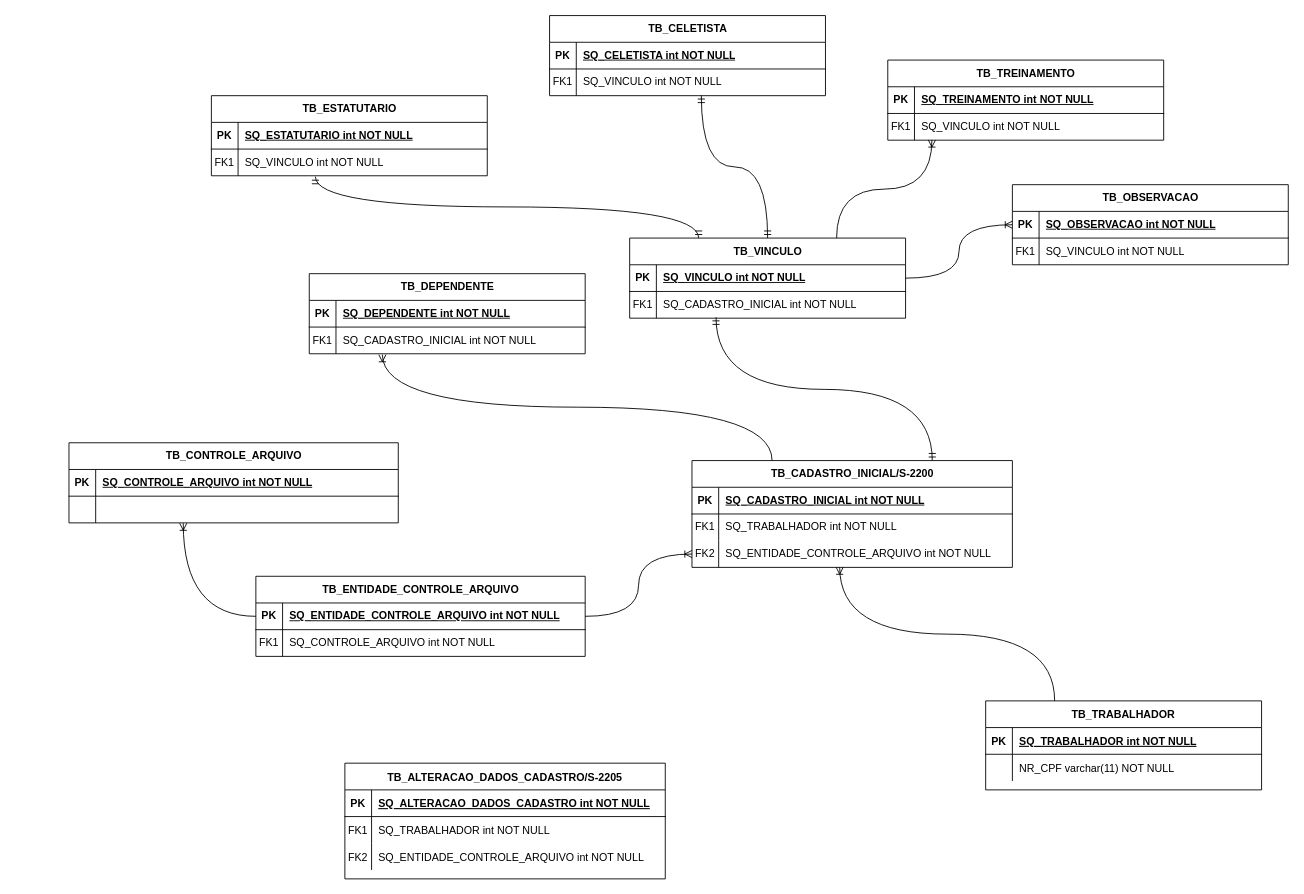
Above: PI/remodelagem.drawio in nilsondurval/Draw.IO (draw.io), before the change. Source tidied: cells renumbered, new cells numbered last; positions are measured from the earlier drawing's top-left corner, leaving out a move shared by most shapes. Both pictures are drawn from the tidied source at 89%, with x=0, y=0 at pixel (69, 15).
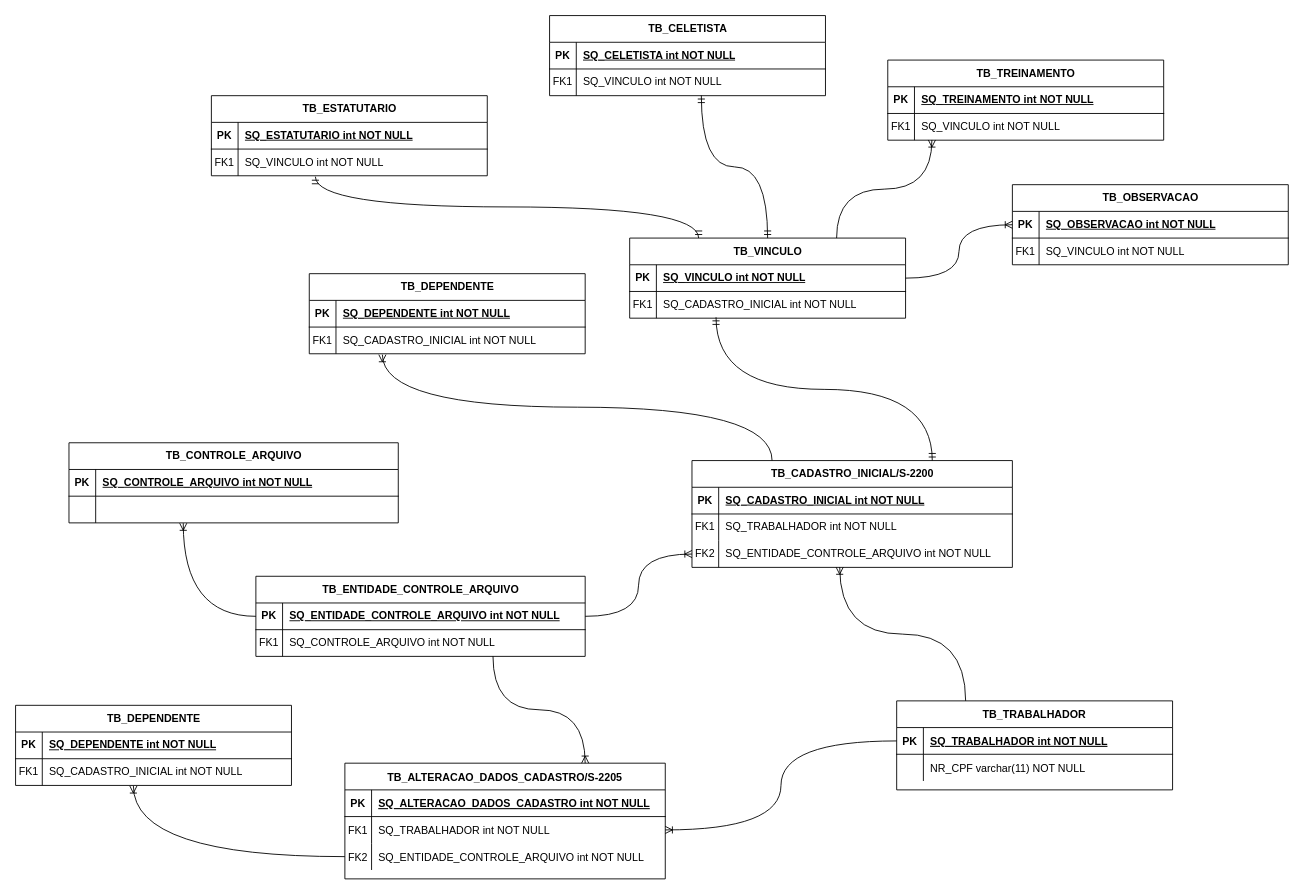
The same diagram, later.

The change refers to these unchanged cells:
```xml
<mxCell id="3" style="shape=partialRectangle;fillColor=none;points=[[0,0.5],[1,0.5]];portConstraint=eastwest;top=0;left=0;right=0;bottom=1;" parent="2" vertex="1">
  <mxGeometry y="30" width="310" height="30" as="geometry" />
</mxCell>
<mxCell id="79" style="shape=tableRow;horizontal=0;startSize=0;swimlaneHead=0;swimlaneBody=0;fillColor=none;points=[[0,0.5],[1,0.5]];portConstraint=eastwest;top=0;left=0;right=0;bottom=0;" parent="75" vertex="1">
  <mxGeometry y="60" width="370" height="30" as="geometry" />
</mxCell>
<mxCell id="83" value="TB_ALTERACAO_DADOS_CADASTRO/S-2205" style="shape=table;startSize=30;childLayout=tableLayout;rowLines=0;fontStyle=1;align=center;" parent="1" vertex="1">
  <mxGeometry x="310" y="840" width="360" height="130" as="geometry" />
</mxCell>
<mxCell id="87" style="shape=partialRectangle;fillColor=none;points=[[0,0.5],[1,0.5]];portConstraint=eastwest;top=0;left=0;right=0;bottom=0;" parent="83" vertex="1">
  <mxGeometry y="60" width="360" height="30" as="geometry" />
</mxCell>
<mxCell id="90" style="shape=partialRectangle;fillColor=none;points=[[0,0.5],[1,0.5]];portConstraint=eastwest;top=0;left=0;right=0;bottom=0;" parent="83" vertex="1">
  <mxGeometry y="90" width="360" height="30" as="geometry" />
</mxCell>
```

The edit, as a diff of the source:
```diff
@@
     <mxCell id="2" value="TB_TRABALHADOR" style="shape=table;startSize=30;childLayout=tableLayout;rowLines=0;fontStyle=1;align=center;" parent="1" vertex="1">
-      <mxGeometry x="1030" y="770" width="310" height="100" as="geometry" />
+      <mxGeometry x="930" y="770" width="310" height="100" as="geometry" />
     </mxCell>
@@
+    <mxCell id="94" style="edgeStyle=orthogonalEdgeStyle;fontSize=12;html=1;endArrow=ERoneToMany;rounded=0;curved=1;entryX=0.75;entryY=0;entryDx=0;entryDy=0;exitX=0.72;exitY=0.992;exitDx=0;exitDy=0;exitPerimeter=0;" parent="1" edge="1" source="79" target="83">
+      <mxGeometry relative="1" as="geometry" />
+    </mxCell>
+    <mxCell id="95" value="TB_DEPENDENTE" style="shape=table;startSize=30;childLayout=tableLayout;rowLines=0;fontStyle=1;align=center;html=1;" parent="1" vertex="1">
+      <mxGeometry x="-60" y="775" width="310" height="90" as="geometry" />
+    </mxCell>
+    <mxCell id="96" style="shape=tableRow;horizontal=0;startSize=0;swimlaneHead=0;swimlaneBody=0;fillColor=none;top=0;left=0;right=0;bottom=1;" parent="95" vertex="1">
+      <mxGeometry y="30" width="310" height="30" as="geometry" />
+    </mxCell>
+    <mxCell id="97" value="PK" style="shape=partialRectangle;fillColor=none;top=0;left=0;bottom=0;right=0;fontStyle=1;overflow=hidden;whiteSpace=wrap;html=1;" parent="96" vertex="1">
+      <mxGeometry width="30" height="30" as="geometry" />
+    </mxCell>
+    <mxCell id="98" value="SQ_DEPENDENTE int NOT NULL" style="shape=partialRectangle;fillColor=none;top=0;left=0;bottom=0;right=0;align=left;spacingLeft=6;fontStyle=5;overflow=hidden;whiteSpace=wrap;html=1;" parent="96" vertex="1">
+      <mxGeometry x="30" width="280" height="30" as="geometry" />
+    </mxCell>
+    <mxCell id="99" style="shape=tableRow;horizontal=0;startSize=0;swimlaneHead=0;swimlaneBody=0;fillColor=none;points=[[0,0.5],[1,0.5]];portConstraint=eastwest;top=0;left=0;right=0;bottom=0;" parent="95" vertex="1">
+      <mxGeometry y="60" width="310" height="30" as="geometry" />
+    </mxCell>
+    <mxCell id="100" value="FK1" style="shape=partialRectangle;fillColor=none;top=0;left=0;bottom=0;right=0;overflow=hidden;whiteSpace=wrap;html=1;" parent="99" vertex="1">
+      <mxGeometry width="30" height="30" as="geometry" />
+    </mxCell>
+    <mxCell id="101" value="SQ_CADASTRO_INICIAL int NOT NULL" style="shape=partialRectangle;fillColor=none;top=0;left=0;bottom=0;right=0;align=left;spacingLeft=6;overflow=hidden;whiteSpace=wrap;html=1;" parent="99" vertex="1">
+      <mxGeometry x="30" width="280" height="30" as="geometry" />
+    </mxCell>
+    <mxCell id="102" style="edgeStyle=orthogonalEdgeStyle;fontSize=12;html=1;endArrow=ERoneToMany;rounded=0;curved=1;exitX=0;exitY=0.5;exitDx=0;exitDy=0;entryX=1;entryY=0.5;entryDx=0;entryDy=0;" parent="1" edge="1" source="3" target="87">
+      <mxGeometry relative="1" as="geometry" />
+    </mxCell>
+    <mxCell id="103" style="edgeStyle=orthogonalEdgeStyle;fontSize=12;html=1;endArrow=ERoneToMany;rounded=0;curved=1;entryX=0.427;entryY=1.019;entryDx=0;entryDy=0;entryPerimeter=0;exitX=0;exitY=0.5;exitDx=0;exitDy=0;" parent="1" edge="1" source="90" target="99">
+      <mxGeometry relative="1" as="geometry" />
+    </mxCell>
```
